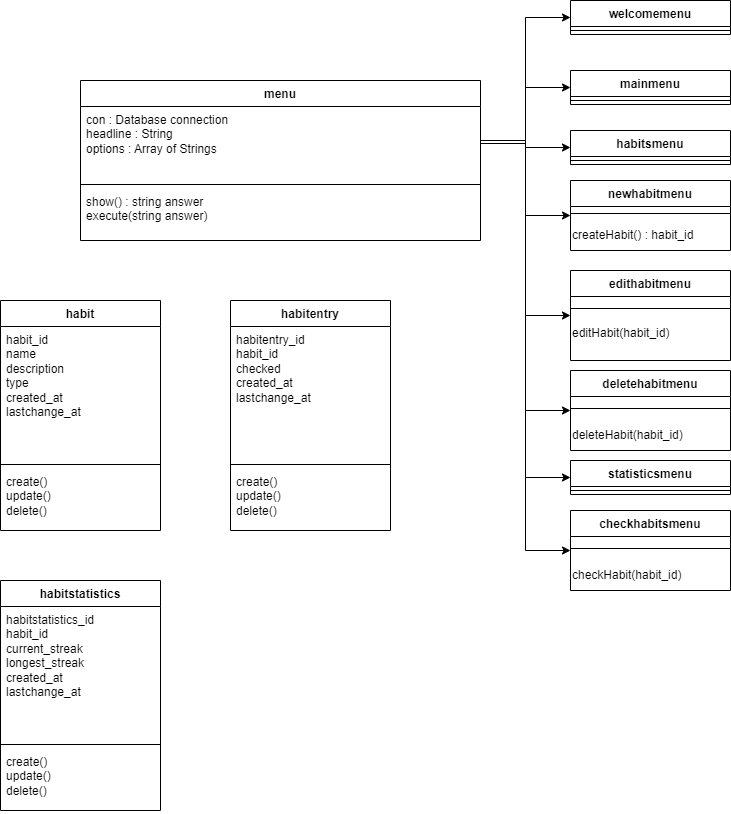
Above: diagrams/classdiagram.png in CosmicWhiskers/habit-tracker (draw.io), before the change. Source tidied: cells renumbered, new cells last; positions are measured from the earlier drawing's top-left corner, leaving out a move shared by most shapes.
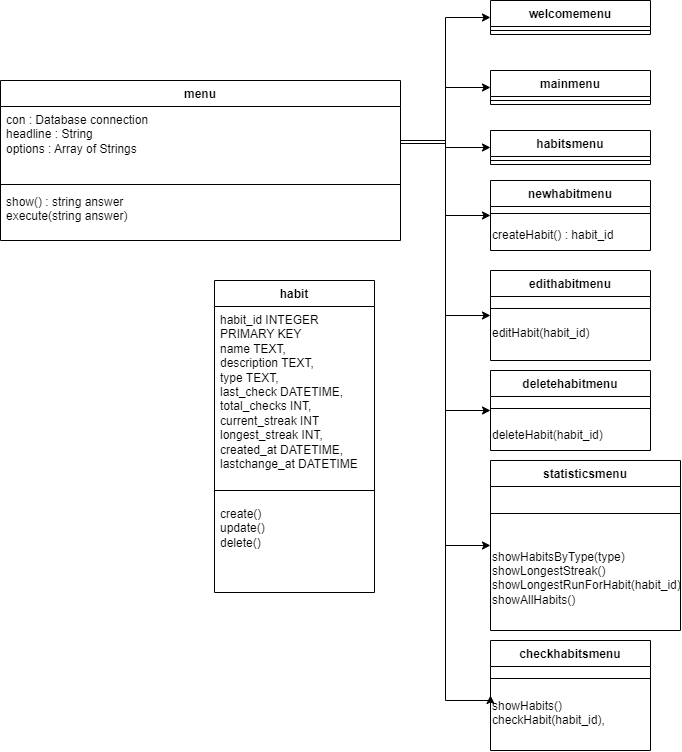
After the commit.

Commit message:
- added updated diagrams - finalized README - added comments to classes

Diff of the diagram source:
```diff
@@ -71,20 +71,23 @@
     <mxCell id="22" value="deleteHabit(habit_id)" style="text;html=1;align=left;verticalAlign=middle;strokeColor=none;fillColor=none;" parent="20" vertex="1">
       <mxGeometry y="50" width="160" height="30" as="geometry" />
     </mxCell>
-    <mxCell id="23" value="&lt;div&gt;st&lt;span style=&quot;color: rgba(0, 0, 0, 0); font-family: monospace; font-size: 0px; font-weight: 400; text-align: start; text-wrap: nowrap; background-color: initial;&quot;&gt;%3CmxGraphModel%3E%3Croot%3E%3CmxCell%20id%3D%220%22%2F%3E%3CmxCell%20id%3D%221%22%20parent%3D%220%22%2F%3E%3CmxCell%20id%3D%222%22%20value%3D%22%26lt%3Bdiv%26gt%3Bnewhabitmenu%26lt%3B%2Fdiv%26gt%3B%26lt%3Bdiv%26gt%3B%26lt%3Bbr%26gt%3B%26lt%3B%2Fdiv%26gt%3B%22%20style%3D%22swimlane%3BfontStyle%3D1%3Balign%3Dcenter%3BverticalAlign%3Dtop%3BchildLayout%3DstackLayout%3Bhorizontal%3D1%3BstartSize%3D26%3BhorizontalStack%3D0%3BresizeParent%3D1%3BresizeParentMax%3D0%3BresizeLast%3D0%3Bcollapsible%3D1%3BmarginBottom%3D0%3BwhiteSpace%3Dwrap%3Bhtml%3D1%3B%22%20vertex%3D%221%22%20parent%3D%221%22%3E%3CmxGeometry%20x%3D%22610%22%20y%3D%22370%22%20width%3D%22160%22%20height%3D%2234%22%20as%3D%22geometry%22%2F%3E%3C%2FmxCell%3E%3CmxCell%20id%3D%223%22%20value%3D%22%22%20style%3D%22line%3BstrokeWidth%3D1%3BfillColor%3Dnone%3Balign%3Dleft%3BverticalAlign%3Dmiddle%3BspacingTop%3D-1%3BspacingLeft%3D3%3BspacingRight%3D3%3Brotatable%3D0%3BlabelPosition%3Dright%3Bpoints%3D%5B%5D%3BportConstraint%3Deastwest%3BstrokeColor%3Dinherit%3B%22%20vertex%3D%221%22%20parent%3D%222%22%3E%3CmxGeometry%20y%3D%2226%22%20width%3D%22160%22%20height%3D%228%22%20as%3D%22geometry%22%2F%3E%3C%2FmxCell%3E%3C%2Froot%3E%3C%2FmxGraphModel%3E&lt;/span&gt;&lt;span style=&quot;background-color: initial;&quot;&gt;atisticsmenu&lt;/span&gt;&lt;/div&gt;&lt;div&gt;&lt;br&gt;&lt;/div&gt;" style="swimlane;fontStyle=1;align=center;verticalAlign=top;horizontal=1;startSize=26;whiteSpace=wrap;html=1;" parent="1" vertex="1">
-      <mxGeometry x="570" y="460" width="160" height="34" as="geometry" />
+    <mxCell id="23" value="&lt;div&gt;st&lt;span style=&quot;color: rgba(0, 0, 0, 0); font-family: monospace; font-size: 0px; font-weight: 400; text-wrap: nowrap; background-color: initial;&quot;&gt;%3CmxGraphModel%3E%3Croot%3E%3CmxCell%20id%3D%220%22%2F%3E%3CmxCell%20id%3D%221%22%20parent%3D%220%22%2F%3E%3CmxCell%20id%3D%222%22%20value%3D%22%26lt%3Bdiv%26gt%3Bnewhabitmenu%26lt%3B%2Fdiv%26gt%3B%26lt%3Bdiv%26gt%3B%26lt%3Bbr%26gt%3B%26lt%3B%2Fdiv%26gt%3B%22%20style%3D%22swimlane%3BfontStyle%3D1%3Balign%3Dcenter%3BverticalAlign%3Dtop%3BchildLayout%3DstackLayout%3Bhorizontal%3D1%3BstartSize%3D26%3BhorizontalStack%3D0%3BresizeParent%3D1%3BresizeParentMax%3D0%3BresizeLast%3D0%3Bcollapsible%3D1%3BmarginBottom%3D0%3BwhiteSpace%3Dwrap%3Bhtml%3D1%3B%22%20vertex%3D%221%22%20parent%3D%221%22%3E%3CmxGeometry%20x%3D%22610%22%20y%3D%22370%22%20width%3D%22160%22%20height%3D%2234%22%20as%3D%22geometry%22%2F%3E%3C%2FmxCell%3E%3CmxCell%20id%3D%223%22%20value%3D%22%22%20style%3D%22line%3BstrokeWidth%3D1%3BfillColor%3Dnone%3Balign%3Dleft%3BverticalAlign%3Dmiddle%3BspacingTop%3D-1%3BspacingLeft%3D3%3BspacingRight%3D3%3Brotatable%3D0%3BlabelPosition%3Dright%3Bpoints%3D%5B%5D%3BportConstraint%3Deastwest%3BstrokeColor%3Dinherit%3B%22%20vertex%3D%221%22%20parent%3D%222%22%3E%3CmxGeometry%20y%3D%2226%22%20width%3D%22160%22%20height%3D%228%22%20as%3D%22geometry%22%2F%3E%3C%2FmxCell%3E%3C%2Froot%3E%3C%2FmxGraphModel%3E&lt;/span&gt;&lt;span style=&quot;background-color: initial;&quot;&gt;atisticsmenu&lt;/span&gt;&lt;/div&gt;&lt;div&gt;&lt;br&gt;&lt;/div&gt;" style="swimlane;fontStyle=1;align=center;verticalAlign=top;horizontal=1;startSize=26;whiteSpace=wrap;html=1;" parent="1" vertex="1">
+      <mxGeometry x="570" y="460" width="190" height="170" as="geometry" />
     </mxCell>
     <mxCell id="24" style="line;strokeWidth=1;fillColor=none;align=left;verticalAlign=middle;spacingTop=-1;spacingLeft=3;spacingRight=3;labelPosition=right;strokeColor=inherit;" parent="23" vertex="1">
-      <mxGeometry y="26" width="160" height="8" as="geometry" />
+      <mxGeometry y="26" width="190" height="54" as="geometry" />
     </mxCell>
+    <mxCell id="46" value="showHabitsByType(type)&lt;div&gt;showLongestStreak()&lt;/div&gt;&lt;div&gt;showLongestRunForHabit(habit_id)&lt;/div&gt;&lt;div&gt;showAllHabits()&lt;/div&gt;&lt;div&gt;&lt;br&gt;&lt;/div&gt;" style="text;html=1;align=left;verticalAlign=middle;strokeColor=none;fillColor=none;" parent="23" vertex="1">
+      <mxGeometry y="80" width="190" height="90" as="geometry" />
+    </mxCell>
     <mxCell id="25" value="&lt;div&gt;checkhabitsmenu&lt;/div&gt;&lt;div&gt;&lt;br&gt;&lt;/div&gt;" style="swimlane;fontStyle=1;align=center;verticalAlign=top;horizontal=1;startSize=26;whiteSpace=wrap;html=1;" parent="1" vertex="1">
-      <mxGeometry x="570" y="510" width="160" height="80" as="geometry" />
+      <mxGeometry x="570" y="640" width="160" height="110" as="geometry" />
     </mxCell>
     <mxCell id="26" style="line;strokeWidth=1;fillColor=none;align=left;verticalAlign=middle;spacingTop=-1;spacingLeft=3;spacingRight=3;labelPosition=right;strokeColor=inherit;" parent="25" vertex="1">
       <mxGeometry y="26" width="160" height="24" as="geometry" />
     </mxCell>
-    <mxCell id="27" value="checkHabit(habit_id)" style="text;html=1;align=left;verticalAlign=middle;strokeColor=none;fillColor=none;" parent="25" vertex="1">
-      <mxGeometry y="50" width="160" height="30" as="geometry" />
+    <mxCell id="27" value="&lt;div&gt;showHabits()&lt;/div&gt;checkHabit(habit_id),&lt;div&gt;&lt;br&gt;&lt;/div&gt;" style="text;html=1;align=left;verticalAlign=middle;strokeColor=none;fillColor=none;" parent="25" vertex="1">
+      <mxGeometry y="50" width="160" height="60" as="geometry" />
     </mxCell>
     <mxCell id="28" style="edgeStyle=orthogonalEdgeStyle;rounded=0;jettySize=auto;html=1;" parent="1" edge="1" source="4" target="9">
       <mxGeometry relative="1" as="geometry" />
@@ -105,45 +108,22 @@
       <mxGeometry relative="1" as="geometry">
         <Array as="points">
           <mxPoint x="525" y="140" />
-          <mxPoint x="525" y="550" />
+          <mxPoint x="525" y="700" />
+          <mxPoint x="570" y="700" />
         </Array>
       </mxGeometry>
     </mxCell>
     <mxCell id="34" value="habit" style="swimlane;fontStyle=1;align=center;verticalAlign=top;horizontal=1;startSize=26;whiteSpace=wrap;html=1;" parent="1" vertex="1">
-      <mxGeometry y="300" width="160" height="230" as="geometry" />
+      <mxGeometry x="294" y="280" width="160" height="312" as="geometry" />
     </mxCell>
-    <mxCell id="35" value="habit_id&lt;div&gt;name&lt;/div&gt;&lt;div&gt;description&lt;/div&gt;&lt;div&gt;type&lt;/div&gt;&lt;div&gt;created_at&lt;/div&gt;&lt;div&gt;lastchange_at&lt;/div&gt;&lt;div&gt;&lt;br&gt;&lt;/div&gt;" style="text;strokeColor=none;fillColor=none;align=left;verticalAlign=top;spacingLeft=4;spacingRight=4;overflow=hidden;whiteSpace=wrap;html=1;" parent="34" vertex="1">
-      <mxGeometry y="26" width="160" height="134" as="geometry" />
+    <mxCell id="35" value="habit_id INTEGER PRIMARY KEY&lt;div&gt;name TEXT,&lt;/div&gt;&lt;div&gt;description TEXT,&lt;/div&gt;&lt;div&gt;type TEXT,&lt;/div&gt;&lt;div&gt;&lt;div&gt;last_check DATETIME,&lt;/div&gt;&lt;div&gt;total_checks INT,&lt;/div&gt;&lt;/div&gt;&lt;div&gt;current_streak INT&lt;br&gt;&lt;/div&gt;&lt;div&gt;&lt;span style=&quot;background-color: initial;&quot;&gt;longest_streak INT,&lt;/span&gt;&lt;/div&gt;&lt;div&gt;created_at DATETIME,&lt;/div&gt;&lt;div&gt;&lt;div&gt;lastchange_at DATETIME&lt;/div&gt;&lt;div&gt;&lt;br&gt;&lt;/div&gt;&lt;/div&gt;&lt;div&gt;&lt;br&gt;&lt;/div&gt;" style="text;strokeColor=none;fillColor=none;align=left;verticalAlign=top;spacingLeft=4;spacingRight=4;overflow=hidden;whiteSpace=wrap;html=1;" parent="34" vertex="1">
+      <mxGeometry y="26" width="160" height="174" as="geometry" />
     </mxCell>
     <mxCell id="36" style="line;strokeWidth=1;fillColor=none;align=left;verticalAlign=middle;spacingTop=-1;spacingLeft=3;spacingRight=3;labelPosition=right;strokeColor=inherit;" parent="34" vertex="1">
-      <mxGeometry y="160" width="160" height="8" as="geometry" />
+      <mxGeometry y="200" width="160" height="20" as="geometry" />
     </mxCell>
     <mxCell id="37" value="create()&lt;div&gt;update()&lt;/div&gt;&lt;div&gt;delete()&lt;/div&gt;" style="text;strokeColor=none;fillColor=none;align=left;verticalAlign=top;spacingLeft=4;spacingRight=4;overflow=hidden;whiteSpace=wrap;html=1;" parent="34" vertex="1">
-      <mxGeometry y="168" width="160" height="62" as="geometry" />
+      <mxGeometry y="220" width="160" height="92" as="geometry" />
     </mxCell>
-    <mxCell id="38" value="habitentry" style="swimlane;fontStyle=1;align=center;verticalAlign=top;horizontal=1;startSize=26;whiteSpace=wrap;html=1;" parent="1" vertex="1">
-      <mxGeometry x="230" y="300" width="160" height="230" as="geometry" />
-    </mxCell>
-    <mxCell id="39" value="habitentry_id&lt;div&gt;habit_id&lt;div&gt;&lt;span style=&quot;background-color: initial;&quot;&gt;checked&lt;/span&gt;&lt;/div&gt;&lt;div&gt;created_at&lt;/div&gt;&lt;div&gt;lastchange_at&lt;/div&gt;&lt;div&gt;&lt;br&gt;&lt;/div&gt;&lt;/div&gt;" style="text;strokeColor=none;fillColor=none;align=left;verticalAlign=top;spacingLeft=4;spacingRight=4;overflow=hidden;whiteSpace=wrap;html=1;" parent="38" vertex="1">
-      <mxGeometry y="26" width="160" height="134" as="geometry" />
-    </mxCell>
-    <mxCell id="40" style="line;strokeWidth=1;fillColor=none;align=left;verticalAlign=middle;spacingTop=-1;spacingLeft=3;spacingRight=3;labelPosition=right;strokeColor=inherit;" parent="38" vertex="1">
-      <mxGeometry y="160" width="160" height="8" as="geometry" />
-    </mxCell>
-    <mxCell id="41" value="create()&lt;div&gt;update()&lt;/div&gt;&lt;div&gt;delete()&lt;/div&gt;" style="text;strokeColor=none;fillColor=none;align=left;verticalAlign=top;spacingLeft=4;spacingRight=4;overflow=hidden;whiteSpace=wrap;html=1;" parent="38" vertex="1">
-      <mxGeometry y="168" width="160" height="62" as="geometry" />
-    </mxCell>
-    <mxCell id="42" value="habitstatistics" style="swimlane;fontStyle=1;align=center;verticalAlign=top;horizontal=1;startSize=26;whiteSpace=wrap;html=1;" parent="1" vertex="1">
-      <mxGeometry y="580" width="160" height="230" as="geometry" />
-    </mxCell>
-    <mxCell id="43" value="&lt;div&gt;habitstatistics_id&lt;/div&gt;&lt;div&gt;habit_id&lt;/div&gt;&lt;div&gt;current_streak&lt;/div&gt;&lt;div&gt;longest_streak&lt;/div&gt;&lt;div&gt;created_at&lt;/div&gt;&lt;div&gt;lastchange_at&lt;/div&gt;&lt;div&gt;&lt;br&gt;&lt;/div&gt;" style="text;strokeColor=none;fillColor=none;align=left;verticalAlign=top;spacingLeft=4;spacingRight=4;overflow=hidden;whiteSpace=wrap;html=1;" parent="42" vertex="1">
-      <mxGeometry y="26" width="160" height="134" as="geometry" />
-    </mxCell>
-    <mxCell id="44" style="line;strokeWidth=1;fillColor=none;align=left;verticalAlign=middle;spacingTop=-1;spacingLeft=3;spacingRight=3;labelPosition=right;strokeColor=inherit;" parent="42" vertex="1">
-      <mxGeometry y="160" width="160" height="8" as="geometry" />
-    </mxCell>
-    <mxCell id="45" value="create()&lt;div&gt;update()&lt;/div&gt;&lt;div&gt;delete()&lt;/div&gt;" style="text;strokeColor=none;fillColor=none;align=left;verticalAlign=top;spacingLeft=4;spacingRight=4;overflow=hidden;whiteSpace=wrap;html=1;" parent="42" vertex="1">
-      <mxGeometry y="168" width="160" height="62" as="geometry" />
-    </mxCell>
   </root>
 </mxGraphModel>
```
